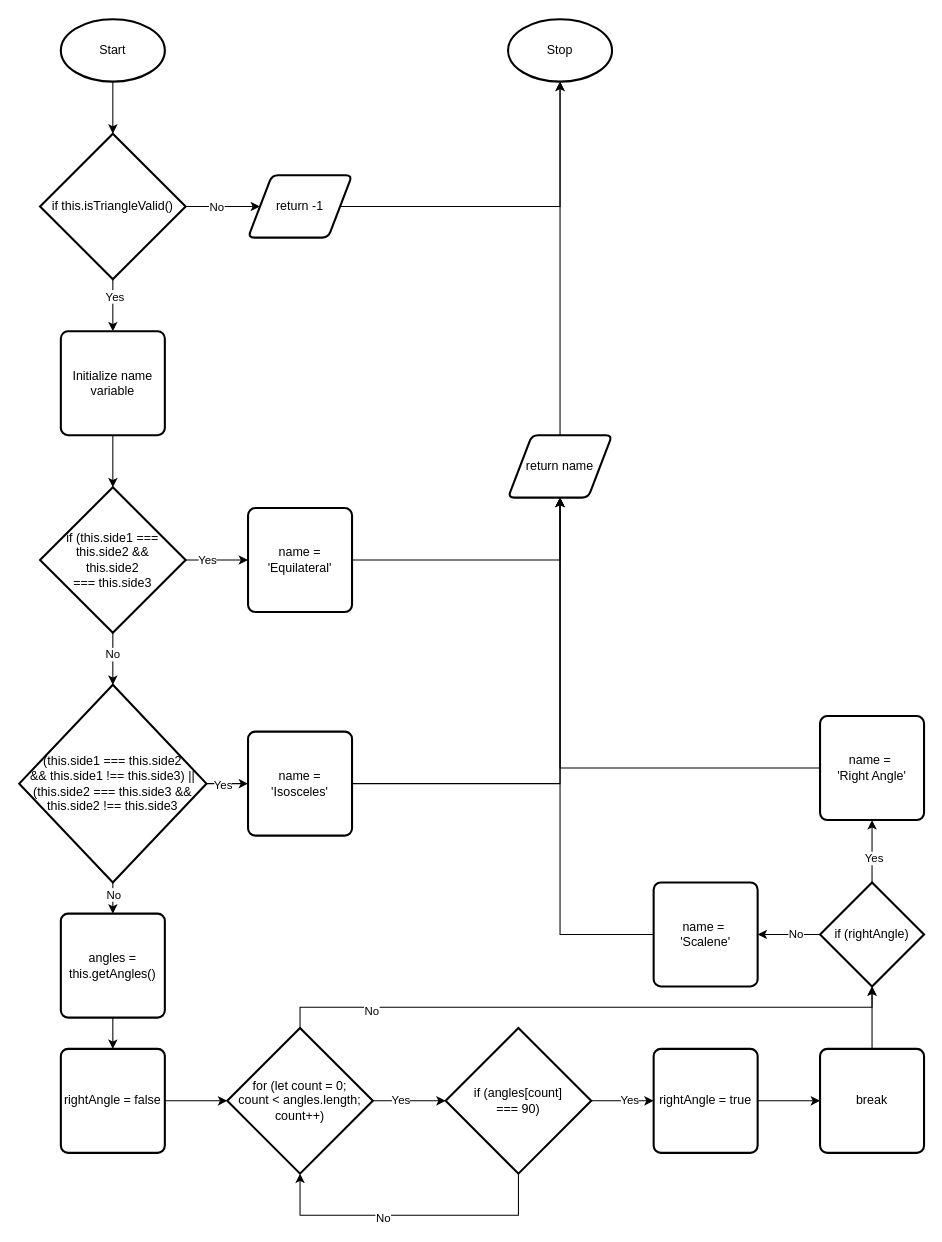
This is Design/Assignment3-getName.drawio from dbcalitis/ics4u-assignment3-typescript, a draw.io file, before an edit. Source tidied: cells renumbered, new cells numbered last; positions are measured from the earlier drawing's top-left corner, leaving out a move shared by most shapes. Both pictures are drawn from the tidied source at 104%, with x=0, y=0 at pixel (19, 19).
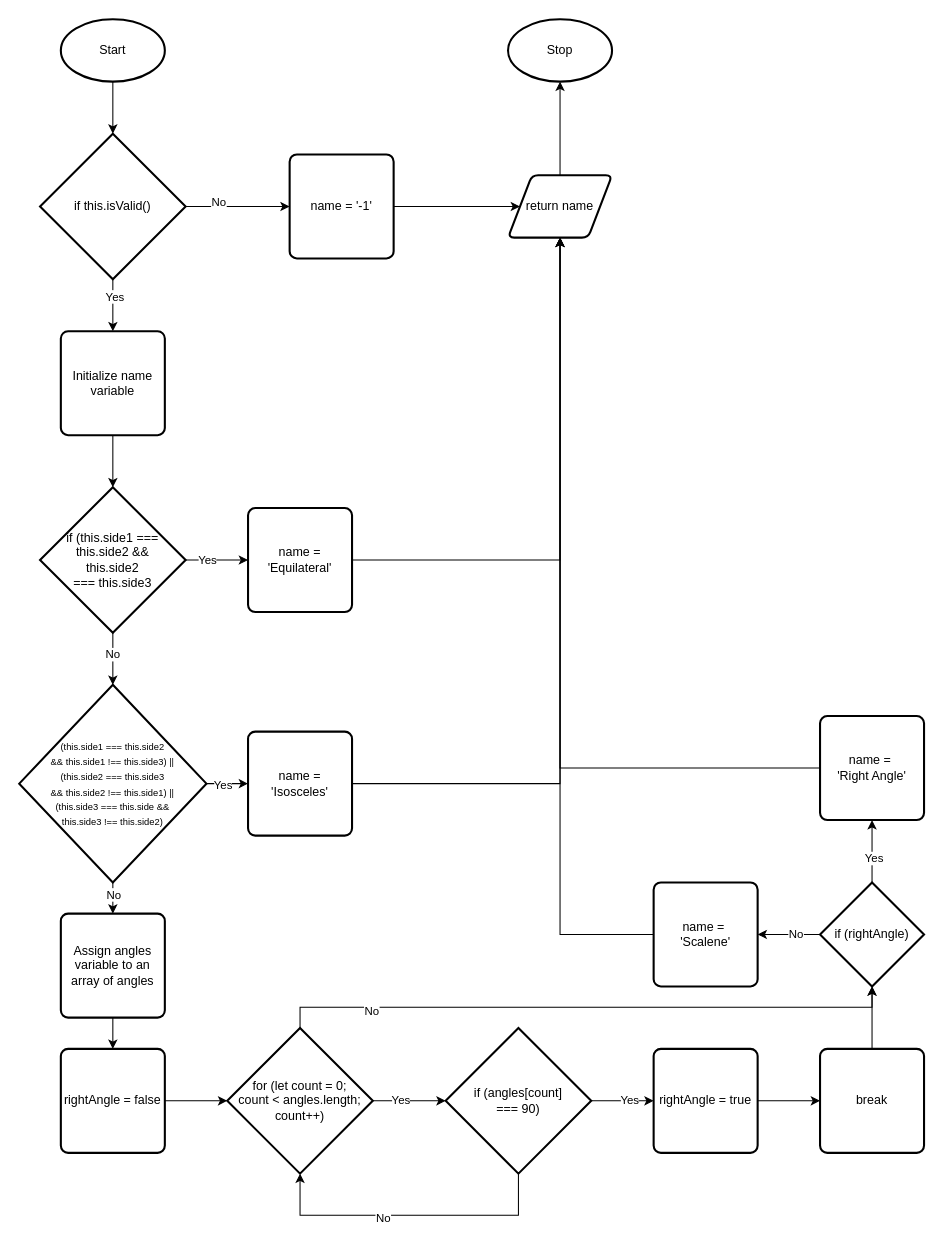
The same diagram, later.

Unchanged cells that the change refers to:
```xml
<mxCell id="56" value="Stop" style="strokeWidth=2;html=1;shape=mxgraph.flowchart.start_1;whiteSpace=wrap;" parent="1" vertex="1">
  <mxGeometry x="470" width="100" height="60" as="geometry" />
</mxCell>
```

What changed in the source:
```diff
@@
-    <mxCell id="6" style="edgeStyle=orthogonalEdgeStyle;rounded=0;html=1;exitX=1;exitY=0.5;exitDx=0;exitDy=0;exitPerimeter=0;" parent="1" edge="1" source="8" target="55">
-      <mxGeometry relative="1" as="geometry" />
-    </mxCell>
+    <mxCell id="57" style="edgeStyle=none;html=1;exitX=1;exitY=0.5;exitDx=0;exitDy=0;exitPerimeter=0;" parent="1" edge="1" source="8" target="59">
+      <mxGeometry relative="1" as="geometry" />
+    </mxCell>
-    <mxCell id="7" value="No" style="edgeLabel;html=1;align=center;verticalAlign=middle;" parent="6" vertex="1">
-      <mxGeometry x="-0.19" relative="1" as="geometry" />
+    <mxCell id="7" value="No" style="edgeLabel;html=1;align=center;verticalAlign=middle;" parent="57" vertex="1">
+      <mxGeometry x="-0.39" y="5" relative="1" as="geometry" />
     </mxCell>
-    <mxCell id="8" value="if this.isTriangleValid()" style="strokeWidth=2;html=1;shape=mxgraph.flowchart.decision;whiteSpace=wrap;" parent="1" vertex="1">
+    <mxCell id="8" value="if this.isValid()" style="strokeWidth=2;html=1;shape=mxgraph.flowchart.decision;whiteSpace=wrap;" parent="1" vertex="1">
       <mxGeometry x="20" y="110" width="140" height="140" as="geometry" />
     </mxCell>
@@
-    <mxCell id="22" value="(this.side1 === this.side2 &lt;br&gt;&amp;amp;&amp;amp; this.side1 !== this.side3) ||&lt;br&gt;(this.side2 === this.side3 &amp;amp;&amp;amp; this.side2 !== this.side3" style="strokeWidth=2;html=1;shape=mxgraph.flowchart.decision;whiteSpace=wrap;" parent="1" vertex="1">
+    <mxCell id="22" value="&lt;font style=&quot;font-size: 9px&quot;&gt;(this.side1 === this.side2 &lt;br&gt;&amp;amp;&amp;amp; this.side1 !== this.side3) ||&lt;br&gt;(this.side2 === this.side3 &lt;br&gt;&amp;amp;&amp;amp; this.side2 !== this.side1) || &lt;br&gt;(this.side3 === this.side &amp;amp;&amp;amp; &lt;br&gt;this.side3 !== this.side2)&lt;/font&gt;" style="strokeWidth=2;html=1;shape=mxgraph.flowchart.decision;whiteSpace=wrap;" parent="1" vertex="1">
       <mxGeometry y="640" width="180" height="190" as="geometry" />
     </mxCell>
@@
-    <mxCell id="26" value="angles = this.getAngles()" style="rounded=1;whiteSpace=wrap;html=1;absoluteArcSize=1;arcSize=14;strokeWidth=2;" parent="1" vertex="1">
+    <mxCell id="26" value="Assign angles variable to an array of angles" style="rounded=1;whiteSpace=wrap;html=1;absoluteArcSize=1;arcSize=14;strokeWidth=2;" parent="1" vertex="1">
       <mxGeometry x="40" y="860" width="100" height="100" as="geometry" />
     </mxCell>
@@
     <mxCell id="49" value="return name" style="shape=parallelogram;html=1;strokeWidth=2;perimeter=parallelogramPerimeter;whiteSpace=wrap;rounded=1;arcSize=12;size=0.23;" parent="1" vertex="1">
-      <mxGeometry x="470" y="400" width="100" height="60" as="geometry" />
+      <mxGeometry x="470" y="150" width="100" height="60" as="geometry" />
     </mxCell>
@@
-    <mxCell id="54" style="edgeStyle=orthogonalEdgeStyle;rounded=0;html=1;exitX=1;exitY=0.5;exitDx=0;exitDy=0;entryX=0.5;entryY=1;entryDx=0;entryDy=0;entryPerimeter=0;" parent="1" edge="1" source="55" target="56">
-      <mxGeometry relative="1" as="geometry" />
-    </mxCell>
-    <mxCell id="55" value="return -1" style="shape=parallelogram;html=1;strokeWidth=2;perimeter=parallelogramPerimeter;whiteSpace=wrap;rounded=1;arcSize=12;size=0.23;" parent="1" vertex="1">
-      <mxGeometry x="220" y="150" width="100" height="60" as="geometry" />
-    </mxCell>
@@
+    <mxCell id="58" style="edgeStyle=none;html=1;exitX=1;exitY=0.5;exitDx=0;exitDy=0;" parent="1" edge="1" source="59" target="49">
+      <mxGeometry relative="1" as="geometry" />
+    </mxCell>
+    <mxCell id="59" value="name = '-1'" style="rounded=1;whiteSpace=wrap;html=1;absoluteArcSize=1;arcSize=14;strokeWidth=2;" parent="1" vertex="1">
+      <mxGeometry x="260" y="130" width="100" height="100" as="geometry" />
+    </mxCell>
```
